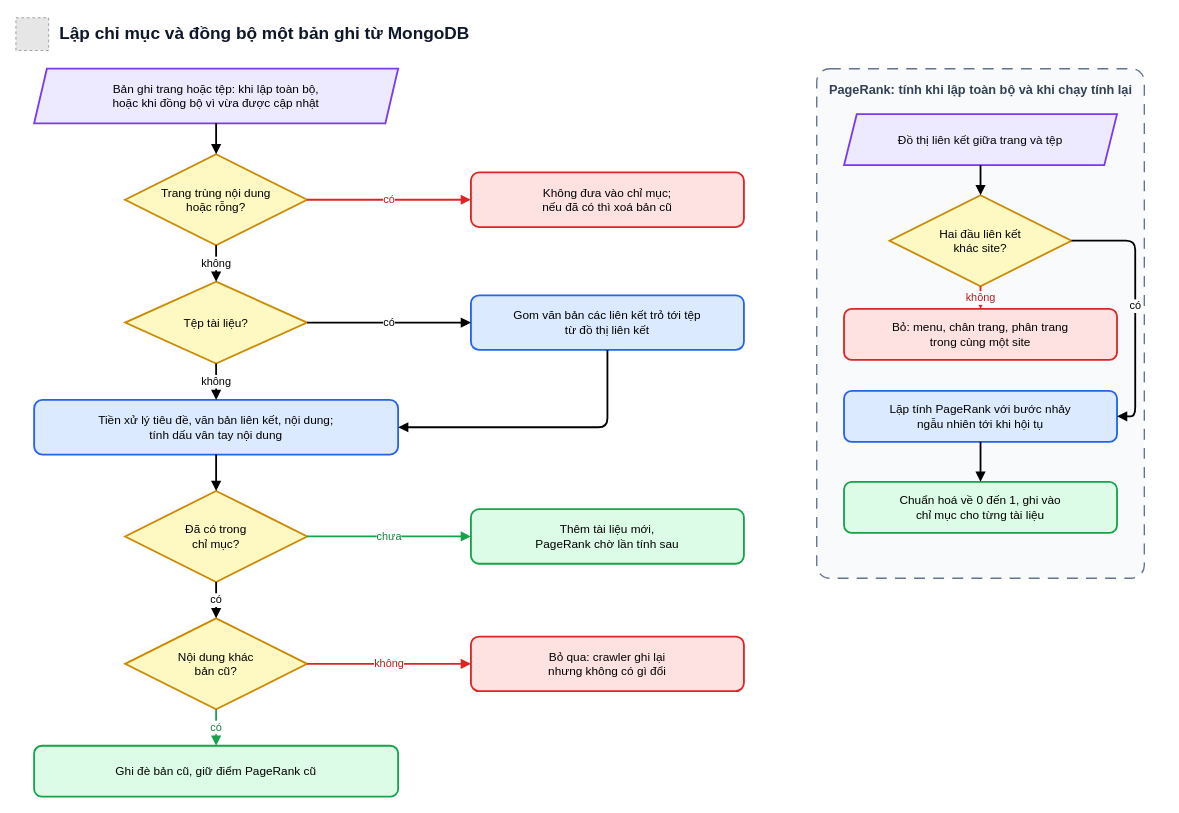
The draw.io diagram docs/report/diagrams/lap-chi-muc.drawio in doanan293/WebCorpusPipeline, before the edit. Source tidied: cells renumbered, new cells numbered last; positions are measured from the earlier drawing's top-left corner, leaving out a move shared by most shapes. Both pictures are drawn from the tidied source at 91%, with x=0, y=0 at pixel (15, 15). Pictures stored in the file or linked from it are replaced by grey dashed boxes.
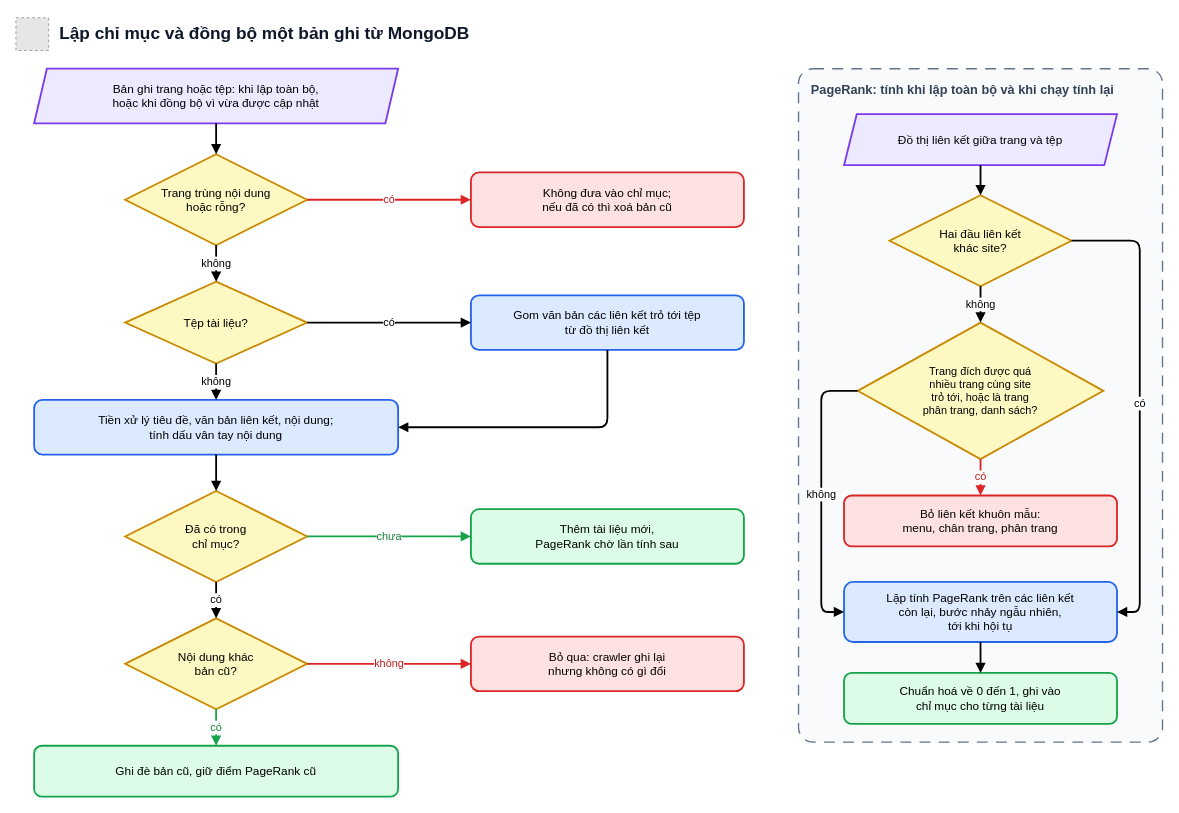
The same page after the edit.

Commit message (it also covers changes not shown here):
docs: new PageRank and duplicate hiding in the report and slides

The change refers to these unchanged cells:
```xml
<mxCell id="27" value="Đồ thị liên kết giữa trang và tệp" style="shape=parallelogram;perimeter=parallelogramPerimeter;fixedSize=1;size=14;whiteSpace=wrap;html=1;fillColor=#EDE9FE;strokeColor=#7C3AED;strokeWidth=2;fontSize=13;fontFamily=Helvetica;" parent="1" vertex="1">
  <mxGeometry x="910" y="108" width="300" height="56" as="geometry" />
</mxCell>
<mxCell id="28" value="Hai đầu liên kết&lt;br&gt;khác site?" style="rhombus;whiteSpace=wrap;html=1;fillColor=#FEF9C3;strokeColor=#CA8A04;strokeWidth=2;fontSize=13;fontFamily=Helvetica;" parent="1" vertex="1">
  <mxGeometry x="960" y="197" width="200" height="100" as="geometry" />
</mxCell>
```

Diff of the diagram source:
```diff
@@
     <mxCell id="26" value="PageRank: tính khi lập toàn bộ và khi chạy tính lại" style="rounded=1;whiteSpace=wrap;html=1;dashed=1;dashPattern=8 6;fillColor=#F8FAFC;strokeColor=#64748B;strokeWidth=1.5;fontSize=14;fontStyle=1;fontColor=#334155;fontFamily=Helvetica;verticalAlign=top;align=left;spacingLeft=12;spacingTop=8;arcSize=4;" parent="1" vertex="1">
-      <mxGeometry x="880" y="58" width="360" height="560" as="geometry" />
+      <mxGeometry x="860" y="58" width="400" height="740" as="geometry" />
     </mxCell>
@@
-    <mxCell id="29" value="Bỏ: menu, chân trang, phân trang&lt;br&gt;trong cùng một site" style="rounded=1;whiteSpace=wrap;html=1;fillColor=#FEE2E2;strokeColor=#DC2626;strokeWidth=2;fontSize=13;fontFamily=Helvetica;" parent="1" vertex="1">
-      <mxGeometry x="910" y="322" width="300" height="56" as="geometry" />
+    <mxCell id="29" value="Trang đích được quá&lt;br&gt;nhiều trang cùng site&lt;br&gt;trỏ tới, hoặc là trang&lt;br&gt;phân trang, danh sách?" style="rhombus;whiteSpace=wrap;html=1;fillColor=#FEF9C3;strokeColor=#CA8A04;strokeWidth=2;fontSize=12;fontFamily=Helvetica;" parent="1" vertex="1">
+      <mxGeometry x="925" y="337" width="270" height="150" as="geometry" />
     </mxCell>
-    <mxCell id="30" value="Lặp tính PageRank với bước nhảy&lt;br&gt;ngẫu nhiên tới khi hội tụ" style="rounded=1;whiteSpace=wrap;html=1;fillColor=#DBEAFE;strokeColor=#2563EB;strokeWidth=2;fontSize=13;fontFamily=Helvetica;" parent="1" vertex="1">
-      <mxGeometry x="910" y="412" width="300" height="56" as="geometry" />
+    <mxCell id="30" value="Bỏ liên kết khuôn mẫu:&lt;br&gt;menu, chân trang, phân trang" style="rounded=1;whiteSpace=wrap;html=1;fillColor=#FEE2E2;strokeColor=#DC2626;strokeWidth=2;fontSize=13;fontFamily=Helvetica;" parent="1" vertex="1">
+      <mxGeometry x="910" y="527" width="300" height="56" as="geometry" />
     </mxCell>
-    <mxCell id="31" value="Chuẩn hoá về 0 đến 1, ghi vào&lt;br&gt;chỉ mục cho từng tài liệu" style="rounded=1;whiteSpace=wrap;html=1;fillColor=#DCFCE7;strokeColor=#16A34A;strokeWidth=2;fontSize=13;fontFamily=Helvetica;" parent="1" vertex="1">
-      <mxGeometry x="910" y="512" width="300" height="56" as="geometry" />
+    <mxCell id="31" value="Lặp tính PageRank trên các liên kết&lt;br&gt;còn lại, bước nhảy ngẫu nhiên,&lt;br&gt;tới khi hội tụ" style="rounded=1;whiteSpace=wrap;html=1;fillColor=#DBEAFE;strokeColor=#2563EB;strokeWidth=2;fontSize=13;fontFamily=Helvetica;" parent="1" vertex="1">
+      <mxGeometry x="910" y="622" width="300" height="66" as="geometry" />
     </mxCell>
-    <mxCell id="32" style="edgeStyle=orthogonalEdgeStyle;rounded=1;html=1;endArrow=block;endFill=1;strokeWidth=2;fontSize=12;fontFamily=Helvetica;labelBackgroundColor=#FFFFFF;" parent="1" edge="1" source="27" target="28">
-      <mxGeometry relative="1" as="geometry" />
+    <mxCell id="32" value="Chuẩn hoá về 0 đến 1, ghi vào&lt;br&gt;chỉ mục cho từng tài liệu" style="rounded=1;whiteSpace=wrap;html=1;fillColor=#DCFCE7;strokeColor=#16A34A;strokeWidth=2;fontSize=13;fontFamily=Helvetica;" parent="1" vertex="1">
+      <mxGeometry x="910" y="722" width="300" height="56" as="geometry" />
     </mxCell>
-    <mxCell id="33" value="không" style="edgeStyle=orthogonalEdgeStyle;rounded=1;html=1;endArrow=block;endFill=1;strokeWidth=2;fontSize=12;fontFamily=Helvetica;labelBackgroundColor=#FFFFFF;strokeColor=#DC2626;fontColor=#B91C1C;" parent="1" edge="1" source="28" target="29">
+    <mxCell id="33" style="edgeStyle=orthogonalEdgeStyle;rounded=1;html=1;endArrow=block;endFill=1;strokeWidth=2;fontSize=12;fontFamily=Helvetica;labelBackgroundColor=#FFFFFF;" parent="1" edge="1" source="27" target="28">
       <mxGeometry relative="1" as="geometry" />
     </mxCell>
-    <mxCell id="34" value="có" style="edgeStyle=orthogonalEdgeStyle;rounded=1;html=1;endArrow=block;endFill=1;strokeWidth=2;fontSize=12;fontFamily=Helvetica;labelBackgroundColor=#FFFFFF;exitX=1;exitY=0.5;exitDx=0;exitDy=0;entryX=1;entryY=0.5;entryDx=0;entryDy=0;" parent="1" edge="1" source="28" target="30">
+    <mxCell id="34" value="có" style="edgeStyle=orthogonalEdgeStyle;rounded=1;html=1;endArrow=block;endFill=1;strokeWidth=2;fontSize=12;fontFamily=Helvetica;labelBackgroundColor=#FFFFFF;exitX=1;exitY=0.5;exitDx=0;exitDy=0;entryX=1;entryY=0.5;entryDx=0;entryDy=0;" parent="1" edge="1" source="28" target="31">
       <mxGeometry relative="1" as="geometry">
         <Array as="points">
-          <mxPoint x="1230" y="247" />
-          <mxPoint x="1230" y="440" />
+          <mxPoint x="1235" y="247" />
+          <mxPoint x="1235" y="655" />
         </Array>
       </mxGeometry>
     </mxCell>
-    <mxCell id="35" style="edgeStyle=orthogonalEdgeStyle;rounded=1;html=1;endArrow=block;endFill=1;strokeWidth=2;fontSize=12;fontFamily=Helvetica;labelBackgroundColor=#FFFFFF;" parent="1" edge="1" source="30" target="31">
+    <mxCell id="35" value="không" style="edgeStyle=orthogonalEdgeStyle;rounded=1;html=1;endArrow=block;endFill=1;strokeWidth=2;fontSize=12;fontFamily=Helvetica;labelBackgroundColor=#FFFFFF;" parent="1" edge="1" source="28" target="29">
       <mxGeometry relative="1" as="geometry" />
     </mxCell>
+    <mxCell id="36" value="có" style="edgeStyle=orthogonalEdgeStyle;rounded=1;html=1;endArrow=block;endFill=1;strokeWidth=2;fontSize=12;fontFamily=Helvetica;labelBackgroundColor=#FFFFFF;strokeColor=#DC2626;fontColor=#B91C1C;" parent="1" edge="1" source="29" target="30">
+      <mxGeometry relative="1" as="geometry" />
+    </mxCell>
+    <mxCell id="37" value="không" style="edgeStyle=orthogonalEdgeStyle;rounded=1;html=1;endArrow=block;endFill=1;strokeWidth=2;fontSize=12;fontFamily=Helvetica;labelBackgroundColor=#FFFFFF;exitX=0;exitY=0.5;exitDx=0;exitDy=0;entryX=0;entryY=0.5;entryDx=0;entryDy=0;" parent="1" edge="1" source="29" target="31">
+      <mxGeometry relative="1" as="geometry">
+        <Array as="points">
+          <mxPoint x="885" y="412" />
+          <mxPoint x="885" y="655" />
+        </Array>
+      </mxGeometry>
+    </mxCell>
+    <mxCell id="38" style="edgeStyle=orthogonalEdgeStyle;rounded=1;html=1;endArrow=block;endFill=1;strokeWidth=2;fontSize=12;fontFamily=Helvetica;labelBackgroundColor=#FFFFFF;" parent="1" edge="1" source="31" target="32">
+      <mxGeometry relative="1" as="geometry" />
+    </mxCell>
```
